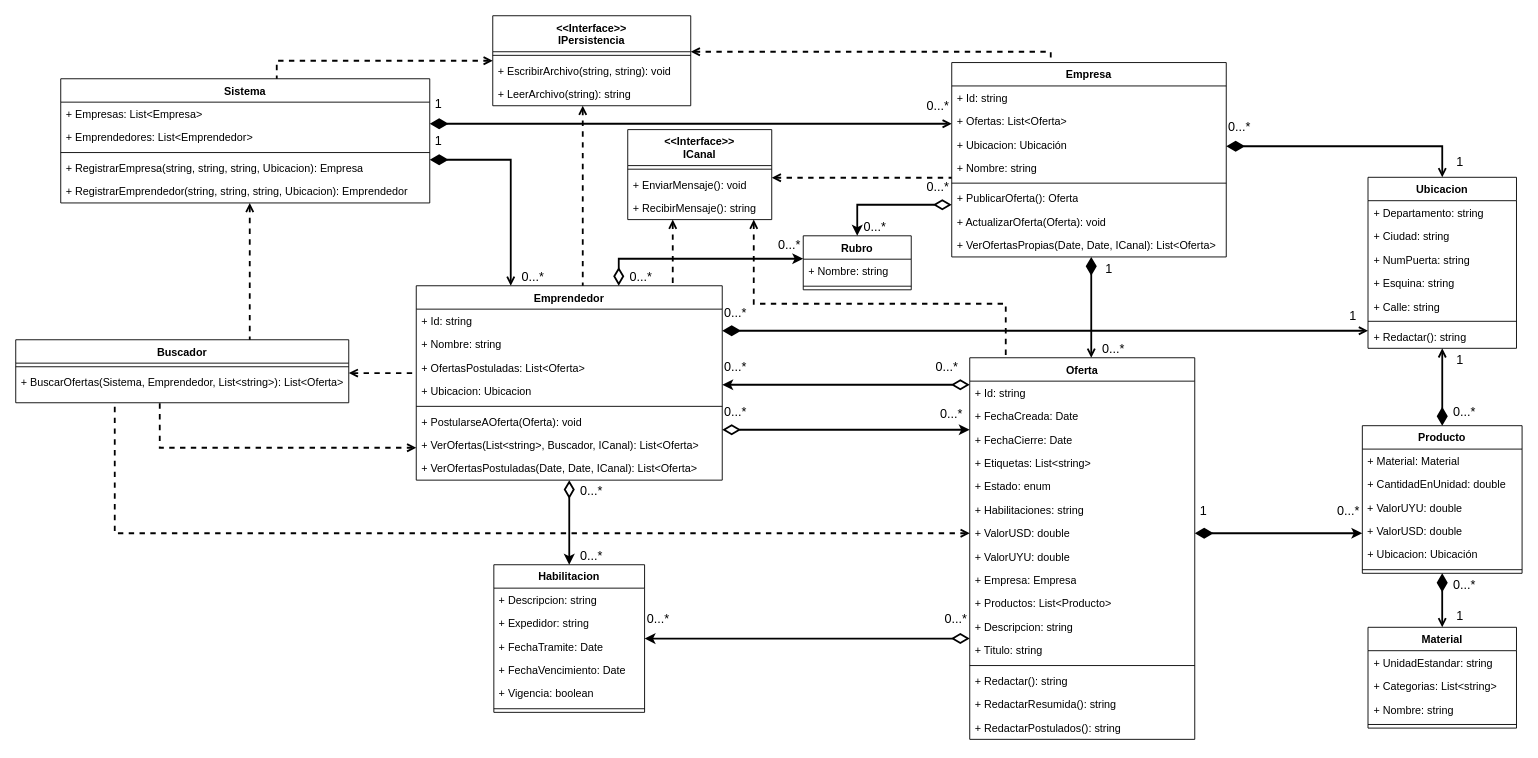
Earlier version of the draw.io diagram docs/ProyectoFinal_E13_UML(2).drawio (ucudal/PII_2021_2_Equipo13). Source tidied: cells renumbered, new cells numbered last; positions are measured from the earlier drawing's top-left corner, leaving out a move shared by most shapes. Both pictures are drawn from the tidied source at 90%, with x=0, y=0 at pixel (15, 15).
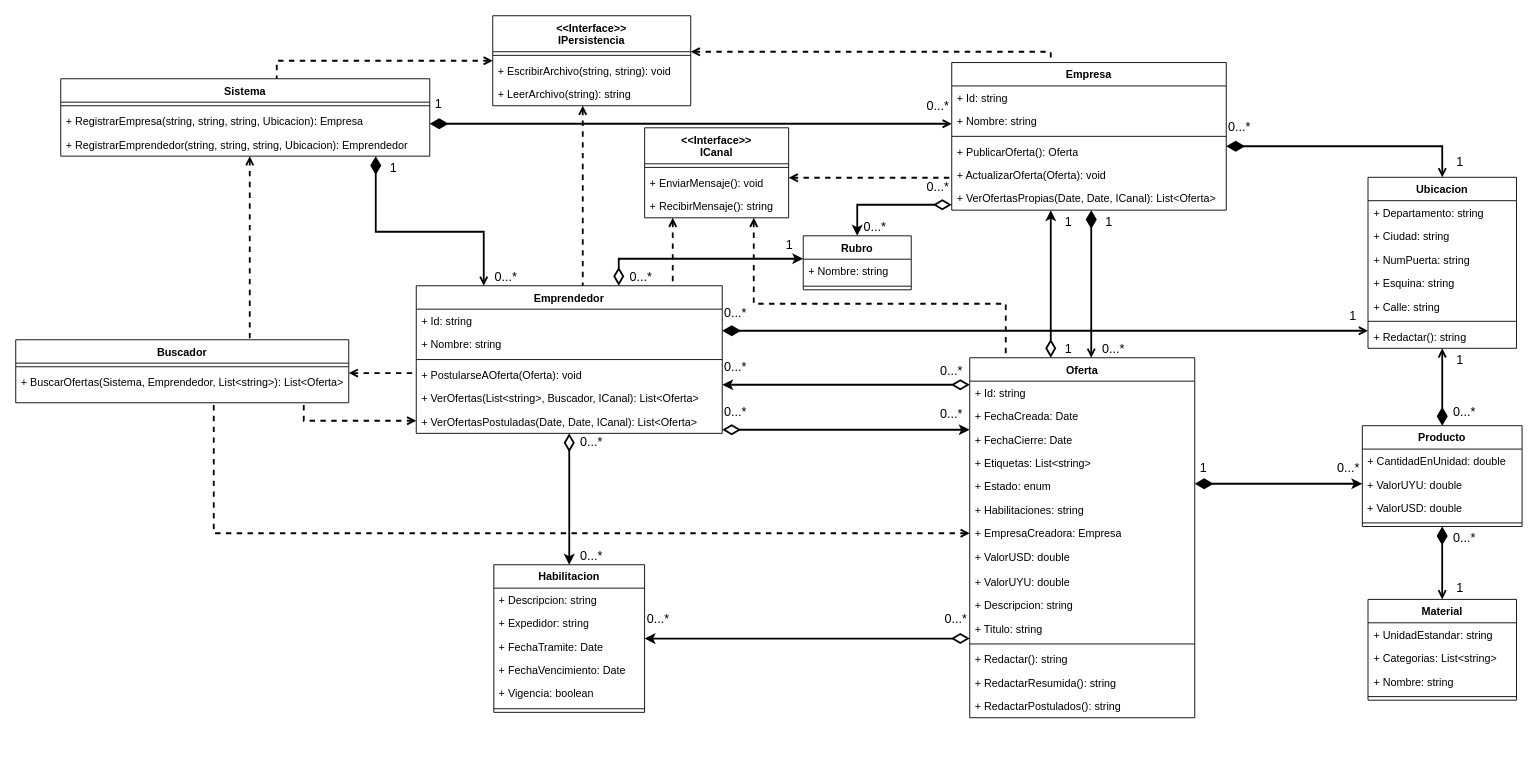
After the change.

The change refers to these unchanged cells:
```xml
<mxCell id="5" value="Buscador" style="swimlane;fontStyle=1;align=center;verticalAlign=top;horizontal=1;startSize=26;hachureGap=4;" parent="1" vertex="1">
  <mxGeometry y="360" width="370" height="70" as="geometry" />
</mxCell>
```

What changed in the source:
```diff
@@
     <mxCell id="3" style="edgeStyle=orthogonalEdgeStyle;rounded=0;jettySize=auto;html=1;fontFamily=Verdana;fontSize=10;endArrow=diamondThin;endFill=1;startArrow=open;startFill=0;strokeWidth=2;endSize=15;" parent="1" edge="1" source="27" target="8">
       <mxGeometry relative="1" as="geometry">
         <Array as="points">
-          <mxPoint x="550" y="160" />
+          <mxPoint x="520" y="240" />
+          <mxPoint x="400" y="240" />
         </Array>
       </mxGeometry>
     </mxCell>
@@
     <mxCell id="8" value="Sistema&#10;" style="swimlane;fontStyle=1;align=center;verticalAlign=top;horizontal=1;startSize=26;hachureGap=4;" parent="1" vertex="1">
-      <mxGeometry x="50" y="70" width="410" height="138" as="geometry" />
+      <mxGeometry x="50" y="70" width="410" height="86" as="geometry" />
     </mxCell>
-    <mxCell id="9" value="+ Empresas: List&lt;Empresa&gt;" style="text;strokeColor=none;fillColor=none;align=left;verticalAlign=top;spacingLeft=4;spacingRight=4;overflow=hidden;" parent="8" vertex="1">
-      <mxGeometry y="26" width="410" height="26" as="geometry" />
-    </mxCell>
-    <mxCell id="10" value="+ Emprendedores: List&lt;Emprendedor&gt;" style="text;strokeColor=none;fillColor=none;align=left;verticalAlign=top;spacingLeft=4;spacingRight=4;overflow=hidden;" parent="8" vertex="1">
-      <mxGeometry y="52" width="410" height="26" as="geometry" />
-    </mxCell>
     <mxCell id="11" style="line;strokeWidth=1;fillColor=none;align=left;verticalAlign=middle;spacingTop=-1;spacingLeft=3;spacingRight=3;labelPosition=right;" parent="8" vertex="1">
-      <mxGeometry y="78" width="410" height="8" as="geometry" />
+      <mxGeometry y="26" width="410" height="8" as="geometry" />
     </mxCell>
     <mxCell id="12" value="+ RegistrarEmpresa(string, string, string, Ubicacion): Empresa" style="text;strokeColor=none;fillColor=none;align=left;verticalAlign=top;spacingLeft=4;spacingRight=4;overflow=hidden;" parent="8" vertex="1">
-      <mxGeometry y="86" width="410" height="26" as="geometry" />
+      <mxGeometry y="34" width="410" height="26" as="geometry" />
     </mxCell>
     <mxCell id="13" value="+ RegistrarEmprendedor(string, string, string, Ubicacion): Emprendedor" style="text;strokeColor=none;fillColor=none;align=left;verticalAlign=top;spacingLeft=4;spacingRight=4;overflow=hidden;" parent="8" vertex="1">
-      <mxGeometry y="112" width="410" height="26" as="geometry" />
+      <mxGeometry y="60" width="410" height="26" as="geometry" />
     </mxCell>
     <mxCell id="14" value="Empresa" style="swimlane;fontStyle=1;align=center;verticalAlign=top;horizontal=1;startSize=26;hachureGap=4;" parent="1" vertex="1">
-      <mxGeometry x="1040" y="52" width="305" height="216" as="geometry" />
+      <mxGeometry x="1040" y="52" width="305" height="164" as="geometry" />
     </mxCell>
@@
-    <mxCell id="16" value="+ Ofertas: List&amp;lt;Oferta&amp;gt;" style="text;html=1;strokeColor=none;fillColor=none;align=left;verticalAlign=top;spacingLeft=4;spacingRight=4;whiteSpace=wrap;overflow=hidden;" parent="14" vertex="1">
-      <mxGeometry y="52" width="305" height="26" as="geometry" />
-    </mxCell>
-    <mxCell id="17" value="+ Ubicacion: Ubicación" style="text;strokeColor=none;fillColor=none;align=left;verticalAlign=top;spacingLeft=4;spacingRight=4;overflow=hidden;" parent="14" vertex="1">
-      <mxGeometry y="78" width="305" height="26" as="geometry" />
-    </mxCell>
     <mxCell id="18" value="+ Nombre: string" style="text;strokeColor=none;fillColor=none;align=left;verticalAlign=top;spacingLeft=4;spacingRight=4;overflow=hidden;" parent="14" vertex="1">
-      <mxGeometry y="104" width="305" height="26" as="geometry" />
+      <mxGeometry y="52" width="305" height="26" as="geometry" />
     </mxCell>
     <mxCell id="19" style="line;strokeWidth=1;fillColor=none;align=left;verticalAlign=middle;spacingTop=-1;spacingLeft=3;spacingRight=3;labelPosition=right;" parent="14" vertex="1">
-      <mxGeometry y="130" width="305" height="8" as="geometry" />
+      <mxGeometry y="78" width="305" height="8" as="geometry" />
     </mxCell>
     <mxCell id="20" value="+ PublicarOferta(): Oferta" style="text;html=1;strokeColor=none;fillColor=none;align=left;verticalAlign=top;spacingLeft=4;spacingRight=4;whiteSpace=wrap;overflow=hidden;" parent="14" vertex="1">
-      <mxGeometry y="138" width="305" height="26" as="geometry" />
+      <mxGeometry y="86" width="305" height="26" as="geometry" />
     </mxCell>
     <mxCell id="21" value="+ ActualizarOferta(Oferta): void" style="text;html=1;strokeColor=none;fillColor=none;align=left;verticalAlign=top;spacingLeft=4;spacingRight=4;whiteSpace=wrap;overflow=hidden;" parent="14" vertex="1">
-      <mxGeometry y="164" width="305" height="26" as="geometry" />
+      <mxGeometry y="112" width="305" height="26" as="geometry" />
     </mxCell>
     <mxCell id="22" value="+ VerOfertasPropias(Date, Date, ICanal): List&amp;lt;Oferta&amp;gt;" style="text;html=1;strokeColor=none;fillColor=none;align=left;verticalAlign=top;spacingLeft=4;spacingRight=4;whiteSpace=wrap;overflow=hidden;" parent="14" vertex="1">
-      <mxGeometry y="190" width="305" height="26" as="geometry" />
+      <mxGeometry y="138" width="305" height="26" as="geometry" />
     </mxCell>
@@
     <mxCell id="24" style="edgeStyle=orthogonalEdgeStyle;rounded=0;jettySize=auto;html=1;fontFamily=Verdana;fontSize=10;endArrow=none;endFill=0;startArrow=open;startFill=0;dashed=1;strokeWidth=2;" parent="1" edge="1" source="27" target="5">
       <mxGeometry relative="1" as="geometry">
         <Array as="points">
-          <mxPoint x="160" y="480" />
+          <mxPoint x="320" y="450" />
         </Array>
       </mxGeometry>
     </mxCell>
     <mxCell id="25" style="edgeStyle=orthogonalEdgeStyle;rounded=0;jettySize=auto;html=1;fontFamily=Verdana;fontSize=10;endArrow=none;endFill=0;startArrow=open;startFill=0;dashed=1;strokeWidth=2;" parent="1" edge="1" source="36" target="5">
       <mxGeometry relative="1" as="geometry">
         <Array as="points">
-          <mxPoint x="110" y="575" />
+          <mxPoint x="220" y="575" />
         </Array>
       </mxGeometry>
     </mxCell>
@@
     <mxCell id="27" value="Emprendedor" style="swimlane;fontStyle=1;align=center;verticalAlign=top;horizontal=1;startSize=26;hachureGap=4;" parent="1" vertex="1">
-      <mxGeometry x="445" y="300" width="340" height="216" as="geometry" />
+      <mxGeometry x="445" y="300" width="340" height="164" as="geometry" />
     </mxCell>
@@
-    <mxCell id="30" value="+ OfertasPostuladas: List&amp;lt;Oferta&amp;gt;" style="text;html=1;strokeColor=none;fillColor=none;align=left;verticalAlign=top;spacingLeft=4;spacingRight=4;whiteSpace=wrap;overflow=hidden;" parent="27" vertex="1">
-      <mxGeometry y="78" width="340" height="26" as="geometry" />
-    </mxCell>
-    <mxCell id="31" value="+ Ubicacion: Ubicacion" style="text;strokeColor=none;fillColor=none;align=left;verticalAlign=top;spacingLeft=4;spacingRight=4;overflow=hidden;" parent="27" vertex="1">
-      <mxGeometry y="104" width="340" height="26" as="geometry" />
-    </mxCell>
     <mxCell id="32" style="line;strokeWidth=1;fillColor=none;align=left;verticalAlign=middle;spacingTop=-1;spacingLeft=3;spacingRight=3;labelPosition=right;" parent="27" vertex="1">
-      <mxGeometry y="130" width="340" height="8" as="geometry" />
+      <mxGeometry y="78" width="340" height="8" as="geometry" />
     </mxCell>
     <mxCell id="33" value="+ PostularseAOferta(Oferta): void" style="text;html=1;strokeColor=none;fillColor=none;align=left;verticalAlign=top;spacingLeft=4;spacingRight=4;whiteSpace=wrap;overflow=hidden;" parent="27" vertex="1">
-      <mxGeometry y="138" width="340" height="26" as="geometry" />
+      <mxGeometry y="86" width="340" height="26" as="geometry" />
     </mxCell>
     <mxCell id="34" value="+ VerOfertas(List&amp;lt;string&amp;gt;, Buscador, ICanal): List&amp;lt;Oferta&amp;gt;" style="text;html=1;strokeColor=none;fillColor=none;align=left;verticalAlign=top;spacingLeft=4;spacingRight=4;whiteSpace=wrap;overflow=hidden;" parent="27" vertex="1">
-      <mxGeometry y="164" width="340" height="26" as="geometry" />
+      <mxGeometry y="112" width="340" height="26" as="geometry" />
     </mxCell>
     <mxCell id="35" value="+ VerOfertasPostuladas(Date, Date, ICanal): List&amp;lt;Oferta&amp;gt;" style="text;html=1;strokeColor=none;fillColor=none;align=left;verticalAlign=top;spacingLeft=4;spacingRight=4;whiteSpace=wrap;overflow=hidden;" parent="27" vertex="1">
-      <mxGeometry y="190" width="340" height="26" as="geometry" />
+      <mxGeometry y="138" width="340" height="26" as="geometry" />
     </mxCell>
     <mxCell id="36" value="Oferta" style="swimlane;fontStyle=1;align=center;verticalAlign=top;horizontal=1;startSize=26;hachureGap=4;" parent="1" vertex="1">
-      <mxGeometry x="1060" y="380" width="250" height="424" as="geometry" />
+      <mxGeometry x="1060" y="380" width="250" height="400" as="geometry" />
     </mxCell>
@@
+    <mxCell id="136" value="+ EmpresaCreadora: Empresa" style="text;html=1;strokeColor=none;fillColor=none;align=left;verticalAlign=top;spacingLeft=4;spacingRight=4;whiteSpace=wrap;overflow=hidden;" parent="36" vertex="1">
+      <mxGeometry y="182" width="250" height="26" as="geometry" />
+    </mxCell>
     <mxCell id="43" value="+ ValorUSD: double" style="text;html=1;strokeColor=none;fillColor=none;align=left;verticalAlign=top;spacingLeft=4;spacingRight=4;whiteSpace=wrap;overflow=hidden;" parent="36" vertex="1">
-      <mxGeometry y="182" width="250" height="26" as="geometry" />
+      <mxGeometry y="208" width="250" height="28" as="geometry" />
     </mxCell>
     <mxCell id="44" value="+ ValorUYU: double" style="text;html=1;strokeColor=none;fillColor=none;align=left;verticalAlign=top;spacingLeft=4;spacingRight=4;whiteSpace=wrap;overflow=hidden;" parent="36" vertex="1">
-      <mxGeometry y="208" width="250" height="26" as="geometry" />
+      <mxGeometry y="236" width="250" height="26" as="geometry" />
     </mxCell>
-    <mxCell id="45" value="+ Empresa: Empresa" style="text;html=1;strokeColor=none;fillColor=none;align=left;verticalAlign=top;spacingLeft=4;spacingRight=4;whiteSpace=wrap;overflow=hidden;" parent="36" vertex="1">
-      <mxGeometry y="234" width="250" height="26" as="geometry" />
-    </mxCell>
-    <mxCell id="46" value="+ Productos: List&lt;Producto&gt;" style="text;strokeColor=none;fillColor=none;align=left;verticalAlign=top;spacingLeft=4;spacingRight=4;overflow=hidden;" parent="36" vertex="1">
-      <mxGeometry y="260" width="250" height="26" as="geometry" />
-    </mxCell>
     <mxCell id="47" value="+ Descripcion: string" style="text;strokeColor=none;fillColor=none;align=left;verticalAlign=top;spacingLeft=4;spacingRight=4;overflow=hidden;" parent="36" vertex="1">
-      <mxGeometry y="286" width="250" height="26" as="geometry" />
+      <mxGeometry y="262" width="250" height="26" as="geometry" />
     </mxCell>
     <mxCell id="48" value="+ Titulo: string" style="text;strokeColor=none;fillColor=none;align=left;verticalAlign=top;spacingLeft=4;spacingRight=4;overflow=hidden;" parent="36" vertex="1">
-      <mxGeometry y="312" width="250" height="26" as="geometry" />
+      <mxGeometry y="288" width="250" height="26" as="geometry" />
     </mxCell>
     <mxCell id="49" style="line;strokeWidth=1;fillColor=none;align=left;verticalAlign=middle;spacingTop=-1;spacingLeft=3;spacingRight=3;labelPosition=right;" parent="36" vertex="1">
-      <mxGeometry y="338" width="250" height="8" as="geometry" />
+      <mxGeometry y="314" width="250" height="8" as="geometry" />
     </mxCell>
     <mxCell id="50" value="+ Redactar(): string" style="text;html=1;strokeColor=none;fillColor=none;align=left;verticalAlign=top;spacingLeft=4;spacingRight=4;whiteSpace=wrap;overflow=hidden;" parent="36" vertex="1">
-      <mxGeometry y="346" width="250" height="26" as="geometry" />
+      <mxGeometry y="322" width="250" height="26" as="geometry" />
     </mxCell>
     <mxCell id="51" value="+ RedactarResumida(): string" style="text;html=1;strokeColor=none;fillColor=none;align=left;verticalAlign=top;spacingLeft=4;spacingRight=4;whiteSpace=wrap;overflow=hidden;" parent="36" vertex="1">
-      <mxGeometry y="372" width="250" height="26" as="geometry" />
+      <mxGeometry y="348" width="250" height="26" as="geometry" />
     </mxCell>
     <mxCell id="52" value="+ RedactarPostulados(): string" style="text;html=1;strokeColor=none;fillColor=none;align=left;verticalAlign=top;spacingLeft=4;spacingRight=4;whiteSpace=wrap;overflow=hidden;" parent="36" vertex="1">
-      <mxGeometry y="398" width="250" height="26" as="geometry" />
+      <mxGeometry y="374" width="250" height="26" as="geometry" />
     </mxCell>
@@
     <mxCell id="54" value="Producto" style="swimlane;fontStyle=1;align=center;verticalAlign=top;horizontal=1;startSize=26;hachureGap=4;" parent="1" vertex="1">
-      <mxGeometry x="1496.2" y="455.5" width="177.5" height="164" as="geometry" />
+      <mxGeometry x="1496.2" y="455.5" width="177.5" height="112" as="geometry" />
     </mxCell>
-    <mxCell id="55" value="+ Material: Material" style="text;strokeColor=none;fillColor=none;align=left;verticalAlign=top;spacingLeft=4;spacingRight=4;overflow=hidden;" parent="54" vertex="1">
-      <mxGeometry y="26" width="177.5" height="26" as="geometry" />
-    </mxCell>
     <mxCell id="56" value="+ CantidadEnUnidad: double" style="text;strokeColor=none;fillColor=none;align=left;verticalAlign=top;spacingLeft=4;spacingRight=4;overflow=hidden;" parent="54" vertex="1">
-      <mxGeometry y="52" width="177.5" height="26" as="geometry" />
+      <mxGeometry y="26" width="177.5" height="26" as="geometry" />
     </mxCell>
     <mxCell id="57" value="+ ValorUYU: double" style="text;html=1;strokeColor=none;fillColor=none;align=left;verticalAlign=top;spacingLeft=4;spacingRight=4;whiteSpace=wrap;overflow=hidden;" parent="54" vertex="1">
-      <mxGeometry y="78" width="177.5" height="26" as="geometry" />
+      <mxGeometry y="52" width="177.5" height="26" as="geometry" />
     </mxCell>
     <mxCell id="58" value="+ ValorUSD: double" style="text;html=1;strokeColor=none;fillColor=none;align=left;verticalAlign=top;spacingLeft=4;spacingRight=4;whiteSpace=wrap;overflow=hidden;" parent="54" vertex="1">
-      <mxGeometry y="104" width="177.5" height="26" as="geometry" />
+      <mxGeometry y="78" width="177.5" height="26" as="geometry" />
     </mxCell>
-    <mxCell id="59" value="+ Ubicacion: Ubicación" style="text;strokeColor=none;fillColor=none;align=left;verticalAlign=top;spacingLeft=4;spacingRight=4;overflow=hidden;" parent="54" vertex="1">
-      <mxGeometry y="130" width="177.5" height="26" as="geometry" />
-    </mxCell>
     <mxCell id="60" style="line;strokeWidth=1;fillColor=none;align=left;verticalAlign=middle;spacingTop=-1;spacingLeft=3;spacingRight=3;labelPosition=right;" parent="54" vertex="1">
-      <mxGeometry y="156" width="177.5" height="8" as="geometry" />
+      <mxGeometry y="104" width="177.5" height="8" as="geometry" />
     </mxCell>
     <mxCell id="61" style="edgeStyle=orthogonalEdgeStyle;rounded=0;jettySize=auto;html=1;fontFamily=Verdana;fontSize=10;strokeWidth=2;startArrow=diamondThin;startFill=1;endSize=6;startSize=15;" parent="1" edge="1" source="36" target="54">
       <mxGeometry relative="1" as="geometry">
         <Array as="points">
-          <mxPoint x="1335" y="575" />
-          <mxPoint x="1335" y="575" />
+          <mxPoint x="1440" y="520" />
+          <mxPoint x="1440" y="520" />
         </Array>
       </mxGeometry>
     </mxCell>
@@
     <mxCell id="65" value="Material" style="swimlane;fontStyle=1;align=center;verticalAlign=top;horizontal=1;startSize=26;hachureGap=4;" parent="1" vertex="1">
-      <mxGeometry x="1502.5" y="679.5" width="165" height="112" as="geometry" />
+      <mxGeometry x="1502.5" y="648.5" width="165" height="112" as="geometry" />
     </mxCell>
@@
     <mxCell id="89" value="1" style="text;html=1;strokeColor=none;fillColor=none;align=center;verticalAlign=middle;whiteSpace=wrap;rounded=0;hachureGap=4;fontSize=14;" parent="1" vertex="1">
-      <mxGeometry x="1205" y="268" width="20" height="25" as="geometry" />
+      <mxGeometry x="1205" y="216" width="20" height="25" as="geometry" />
     </mxCell>
@@
     <mxCell id="95" value="0...*" style="text;html=1;strokeColor=none;fillColor=none;align=center;verticalAlign=middle;whiteSpace=wrap;rounded=0;hachureGap=4;fontSize=14;" parent="1" vertex="1">
-      <mxGeometry x="1595" y="619.5" width="30" height="25" as="geometry" />
+      <mxGeometry x="1595" y="567.5" width="30" height="25" as="geometry" />
     </mxCell>
     <mxCell id="96" value="1" style="text;html=1;strokeColor=none;fillColor=none;align=center;verticalAlign=middle;whiteSpace=wrap;rounded=0;hachureGap=4;fontSize=14;" parent="1" vertex="1">
-      <mxGeometry x="1595" y="654.5" width="20" height="25" as="geometry" />
+      <mxGeometry x="1595" y="623.5" width="20" height="25" as="geometry" />
     </mxCell>
     <mxCell id="97" value="0...*" style="text;html=1;strokeColor=none;fillColor=none;align=center;verticalAlign=middle;whiteSpace=wrap;rounded=0;hachureGap=4;fontSize=14;" parent="1" vertex="1">
-      <mxGeometry x="1466.2" y="537.5" width="30" height="25" as="geometry" />
+      <mxGeometry x="1466.2" y="490" width="30" height="25" as="geometry" />
     </mxCell>
     <mxCell id="98" value="1" style="text;html=1;strokeColor=none;fillColor=none;align=center;verticalAlign=middle;whiteSpace=wrap;rounded=0;hachureGap=4;fontSize=14;" parent="1" vertex="1">
-      <mxGeometry x="1310" y="537.5" width="20" height="25" as="geometry" />
+      <mxGeometry x="1310" y="490" width="20" height="25" as="geometry" />
     </mxCell>
@@
     <mxCell id="101" value="1" style="text;html=1;strokeColor=none;fillColor=none;align=center;verticalAlign=middle;whiteSpace=wrap;rounded=0;hachureGap=4;fontSize=14;" parent="1" vertex="1">
-      <mxGeometry x="460" y="126.5" width="20" height="25" as="geometry" />
+      <mxGeometry x="410" y="156" width="20" height="25" as="geometry" />
     </mxCell>
     <mxCell id="102" value="0...*" style="text;html=1;strokeColor=none;fillColor=none;align=center;verticalAlign=middle;whiteSpace=wrap;rounded=0;hachureGap=4;fontSize=14;" parent="1" vertex="1">
-      <mxGeometry x="560" y="280" width="30" height="20" as="geometry" />
+      <mxGeometry x="530" y="280" width="30" height="20" as="geometry" />
     </mxCell>
@@
     <mxCell id="108" value="0...*" style="text;html=1;strokeColor=none;fillColor=none;align=center;verticalAlign=middle;whiteSpace=wrap;rounded=0;hachureGap=4;fontSize=14;" parent="1" vertex="1">
-      <mxGeometry x="1020" y="380" width="30" height="20" as="geometry" />
+      <mxGeometry x="1025" y="385" width="30" height="20" as="geometry" />
     </mxCell>
@@
     <mxCell id="110" value="&lt;&lt;Interface&gt;&gt;&#10;ICanal" style="swimlane;fontStyle=1;align=center;verticalAlign=top;horizontal=1;startSize=40;hachureGap=4;" parent="1" vertex="1">
-      <mxGeometry x="680" y="126.5" width="160" height="100" as="geometry" />
+      <mxGeometry x="698.8" y="124.5" width="160" height="100" as="geometry" />
     </mxCell>
@@
     <mxCell id="124" value="0...*" style="text;html=1;strokeColor=none;fillColor=none;align=center;verticalAlign=middle;whiteSpace=wrap;rounded=0;hachureGap=4;fontSize=14;" parent="1" vertex="1">
-      <mxGeometry x="625" y="518" width="30" height="20" as="geometry" />
+      <mxGeometry x="625" y="464" width="30" height="20" as="geometry" />
     </mxCell>
@@
-    <mxCell id="131" value="0...*" style="text;html=1;strokeColor=none;fillColor=none;align=center;verticalAlign=middle;whiteSpace=wrap;rounded=0;hachureGap=4;fontSize=14;" parent="1" vertex="1">
+    <mxCell id="131" value="1" style="text;html=1;strokeColor=none;fillColor=none;align=center;verticalAlign=middle;whiteSpace=wrap;rounded=0;hachureGap=4;fontSize=14;" parent="1" vertex="1">
       <mxGeometry x="845" y="244.5" width="30" height="20" as="geometry" />
     </mxCell>
@@
+    <mxCell id="137" style="edgeStyle=orthogonalEdgeStyle;rounded=0;jettySize=auto;html=1;fontFamily=Verdana;fontSize=10;strokeWidth=2;startArrow=diamondThin;startFill=0;startSize=15;" parent="1" edge="1" source="36" target="14">
+      <mxGeometry relative="1" as="geometry">
+        <Array as="points">
+          <mxPoint x="1150" y="260" />
+          <mxPoint x="1150" y="260" />
+        </Array>
+      </mxGeometry>
+    </mxCell>
+    <mxCell id="138" value="1" style="text;html=1;strokeColor=none;fillColor=none;align=center;verticalAlign=middle;whiteSpace=wrap;rounded=0;hachureGap=4;fontSize=14;" parent="1" vertex="1">
+      <mxGeometry x="1160" y="216" width="20" height="25" as="geometry" />
+    </mxCell>
+    <mxCell id="139" value="1" style="text;html=1;strokeColor=none;fillColor=none;align=center;verticalAlign=middle;whiteSpace=wrap;rounded=0;hachureGap=4;fontSize=14;" parent="1" vertex="1">
+      <mxGeometry x="1160" y="357.5" width="20" height="25" as="geometry" />
+    </mxCell>
```
